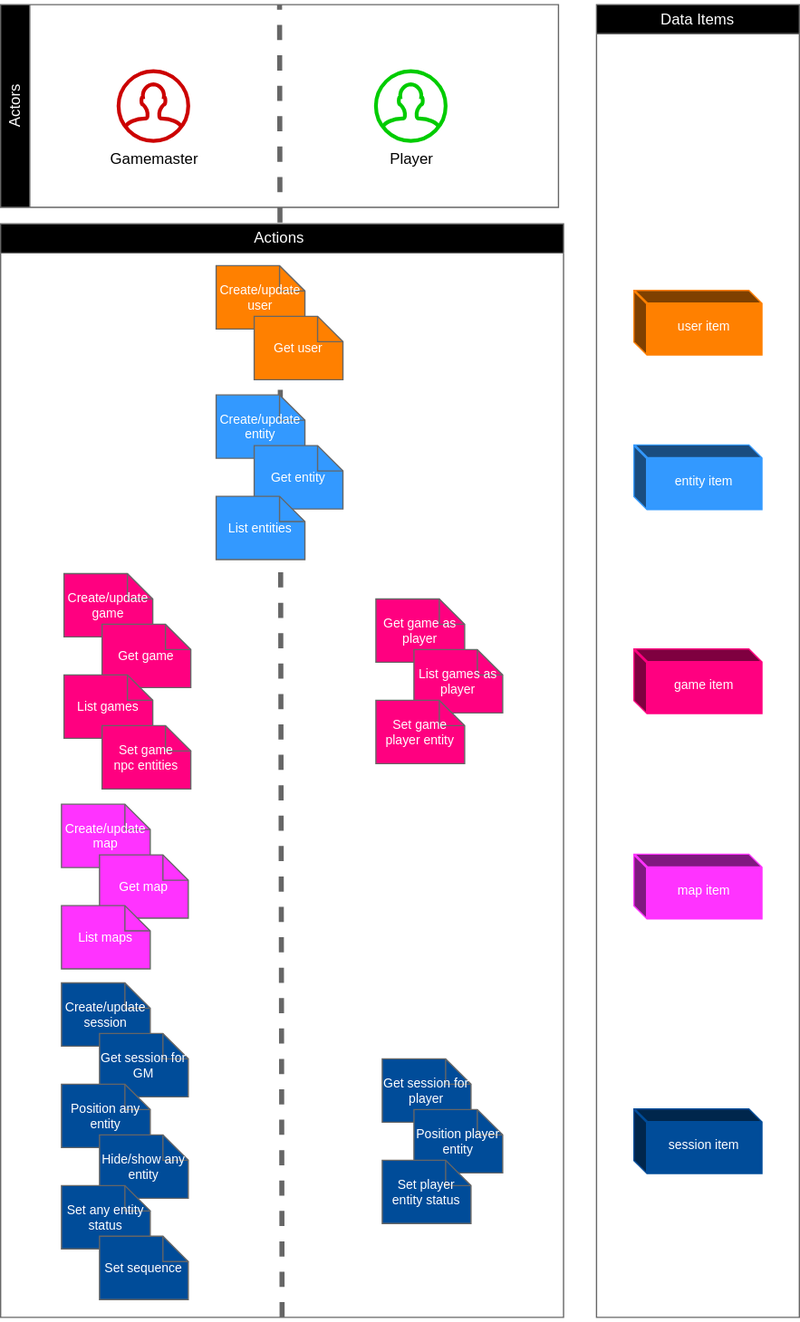
adamfitzpatrick/grid-wolf keeps this draw.io diagram as packages/docs/assets/user-actions.drawio.svg. Above is the earlier version. Source tidied: cells renumbered, new cells last; positions are measured from the earlier drawing's top-left corner, leaving out a move shared by most shapes.
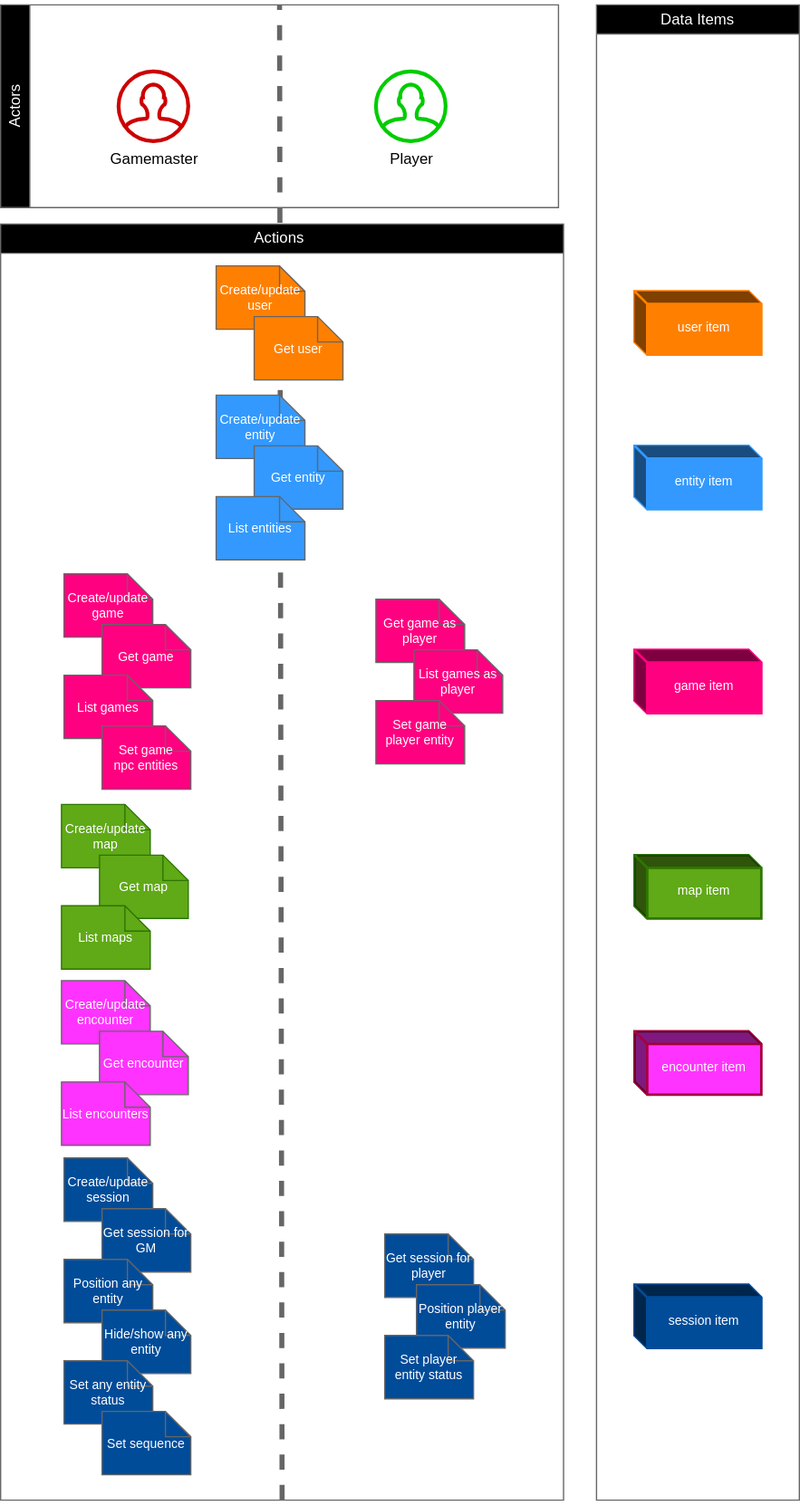
After the change.

The edit, as a diff of the source:
```diff
@@ -6,19 +6,19 @@
       <mxGeometry relative="1" as="geometry" />
     </mxCell>
     <mxCell id="3" style="swimlane;whiteSpace=wrap;html=1;strokeColor=#666666;fontColor=#ffffff;fillColor=#000000;" parent="1" vertex="1">
-      <mxGeometry x="470" y="3" width="160" height="1036" as="geometry" />
+      <mxGeometry x="470" y="3" width="160" height="1180" as="geometry" />
     </mxCell>
     <mxCell id="4" value="user item" style="shape=cube;whiteSpace=wrap;html=1;boundedLbl=1;backgroundOutline=1;darkOpacity=0.5;darkOpacity2=0.5;strokeColor=#FF8000;strokeWidth=2;fillColor=#FF8000;size=10;spacingBottom=5;fillOpacity=100;fontSize=10;fontColor=#fff;" parent="3" vertex="1">
       <mxGeometry x="30" y="226" width="100" height="50" as="geometry" />
     </mxCell>
-    <mxCell id="5" value="map item" style="shape=cube;whiteSpace=wrap;html=1;boundedLbl=1;backgroundOutline=1;darkOpacity=0.5;darkOpacity2=0.5;strokeColor=#FF33FF;strokeWidth=2;fillColor=#FF33FF;size=10;spacingBottom=5;fillOpacity=100;fontSize=10;fontColor=#fff;" parent="3" vertex="1">
+    <mxCell id="5" value="map item" style="shape=cube;whiteSpace=wrap;html=1;boundedLbl=1;backgroundOutline=1;darkOpacity=0.5;darkOpacity2=0.5;strokeColor=#2D7600;strokeWidth=2;fillColor=#60a917;size=10;spacingBottom=5;fillOpacity=100;fontSize=10;fontColor=#ffffff;" parent="3" vertex="1">
       <mxGeometry x="30" y="671" width="100" height="50" as="geometry" />
     </mxCell>
     <mxCell id="6" value="game item" style="shape=cube;whiteSpace=wrap;html=1;boundedLbl=1;backgroundOutline=1;darkOpacity=0.5;darkOpacity2=0.5;strokeColor=#FF0080;strokeWidth=2;fillColor=#FF0080;size=10;spacingBottom=5;fillOpacity=100;fontSize=10;labelBackgroundColor=none;fontColor=#ffffff;" parent="3" vertex="1">
       <mxGeometry x="30" y="509" width="100" height="50" as="geometry" />
     </mxCell>
     <mxCell id="7" value="session item" style="shape=cube;whiteSpace=wrap;html=1;boundedLbl=1;backgroundOutline=1;darkOpacity=0.5;darkOpacity2=0.5;strokeColor=#004C99;strokeWidth=2;fillColor=#004C99;size=10;spacingBottom=5;fillOpacity=100;fontSize=10;fontColor=#fff;" parent="3" vertex="1">
-      <mxGeometry x="30" y="872" width="100" height="50" as="geometry" />
+      <mxGeometry x="30" y="1010" width="100" height="50" as="geometry" />
     </mxCell>
     <mxCell id="8" value="entity item" style="shape=cube;whiteSpace=wrap;html=1;boundedLbl=1;backgroundOutline=1;darkOpacity=0.5;darkOpacity2=0.5;strokeColor=#3399FF;strokeWidth=2;fillColor=#3399FF;size=10;spacingBottom=5;fillOpacity=100;fontSize=10;fontColor=#fff;" parent="3" vertex="1">
       <mxGeometry x="30" y="348" width="100" height="50" as="geometry" />
@@ -26,8 +26,11 @@
     <mxCell id="9" value="Data Items" style="text;html=1;strokeColor=none;fillColor=none;align=center;verticalAlign=middle;whiteSpace=wrap;rounded=0;fontColor=#FFFFFF;" parent="3" vertex="1">
       <mxGeometry x="36" y="-3" width="88" height="30" as="geometry" />
     </mxCell>
+    <mxCell id="49" value="encounter item" style="shape=cube;whiteSpace=wrap;html=1;boundedLbl=1;backgroundOutline=1;darkOpacity=0.5;darkOpacity2=0.5;strokeColor=#A50040;strokeWidth=2;fillColor=#ff33ff;size=10;spacingBottom=5;fillOpacity=100;fontSize=10;fontColor=#ffffff;" parent="3" vertex="1">
+      <mxGeometry x="30" y="810" width="100" height="50" as="geometry" />
+    </mxCell>
     <mxCell id="10" style="swimlane;whiteSpace=wrap;html=1;strokeColor=#666666;fillColor=#000000;" parent="1" vertex="1">
-      <mxGeometry y="176" width="444" height="863" as="geometry" />
+      <mxGeometry y="176" width="444" height="1007" as="geometry" />
     </mxCell>
     <mxCell id="11" style="group;opacity=70;" parent="10" vertex="1">
       <mxGeometry x="170" y="33" width="104" height="90" as="geometry" />
@@ -53,13 +56,13 @@
     <mxCell id="18" style="group;" parent="10" vertex="1">
       <mxGeometry x="48" y="458" width="100" height="130" as="geometry" />
     </mxCell>
-    <mxCell id="19" value="Create/update map" style="shape=note;size=20;whiteSpace=wrap;html=1;fillColor=#FF33FF;strokeColor=#666666;fontColor=#ffffff;fontSize=10;" parent="18" vertex="1">
+    <mxCell id="19" value="Create/update map" style="shape=note;size=20;whiteSpace=wrap;html=1;fillColor=#60a917;strokeColor=#2D7600;fontColor=#ffffff;fontSize=10;" parent="18" vertex="1">
       <mxGeometry width="70" height="50" as="geometry" />
     </mxCell>
-    <mxCell id="20" value="Get map" style="shape=note;size=20;whiteSpace=wrap;html=1;fillColor=#FF33FF;strokeColor=#666666;fontColor=#ffffff;fontSize=10;" parent="18" vertex="1">
+    <mxCell id="20" value="Get map" style="shape=note;size=20;whiteSpace=wrap;html=1;fillColor=#60a917;strokeColor=#2D7600;fontColor=#ffffff;fontSize=10;" parent="18" vertex="1">
       <mxGeometry x="30" y="40" width="70" height="50" as="geometry" />
     </mxCell>
-    <mxCell id="21" value="List maps" style="shape=note;size=20;whiteSpace=wrap;html=1;fillColor=#FF33FF;strokeColor=#666666;fontColor=#ffffff;fontSize=10;" parent="18" vertex="1">
+    <mxCell id="21" value="List maps" style="shape=note;size=20;whiteSpace=wrap;html=1;fillColor=#60a917;strokeColor=#2D7600;fontColor=#ffffff;fontSize=10;" parent="18" vertex="1">
       <mxGeometry y="80" width="70" height="50" as="geometry" />
     </mxCell>
     <mxCell id="22" style="group;" parent="10" vertex="1">
@@ -93,7 +96,7 @@
       <mxGeometry x="30" y="120" width="70" height="50" as="geometry" />
     </mxCell>
     <mxCell id="32" style="group;" parent="10" vertex="1">
-      <mxGeometry x="48" y="599" width="348" height="250" as="geometry" />
+      <mxGeometry x="50" y="737" width="348" height="250" as="geometry" />
     </mxCell>
     <mxCell id="33" style="group;" parent="32" vertex="1">
       <mxGeometry width="100" height="250" as="geometry" />
@@ -131,6 +134,18 @@
     <mxCell id="44" value="Actions" style="text;html=1;strokeColor=none;fillColor=none;align=center;verticalAlign=middle;whiteSpace=wrap;rounded=0;fontColor=#FFFFFF;" parent="10" vertex="1">
       <mxGeometry x="190" y="-4" width="60" height="30" as="geometry" />
     </mxCell>
+    <mxCell id="50" style="group;" parent="10" vertex="1">
+      <mxGeometry x="48" y="597" width="100" height="130" as="geometry" />
+    </mxCell>
+    <mxCell id="51" value="Create/update encounter" style="shape=note;size=20;whiteSpace=wrap;html=1;fillColor=#FF33FF;strokeColor=#666666;fontColor=#ffffff;fontSize=10;" parent="50" vertex="1">
+      <mxGeometry width="70" height="50" as="geometry" />
+    </mxCell>
+    <mxCell id="52" value="Get encounter" style="shape=note;size=20;whiteSpace=wrap;html=1;fillColor=#FF33FF;strokeColor=#666666;fontColor=#ffffff;fontSize=10;" parent="50" vertex="1">
+      <mxGeometry x="30" y="40" width="70" height="50" as="geometry" />
+    </mxCell>
+    <mxCell id="53" value="List encounters" style="shape=note;size=20;whiteSpace=wrap;html=1;fillColor=#FF33FF;strokeColor=#666666;fontColor=#ffffff;fontSize=10;" parent="50" vertex="1">
+      <mxGeometry y="80" width="70" height="50" as="geometry" />
+    </mxCell>
     <mxCell id="45" style="swimlane;horizontal=0;whiteSpace=wrap;html=1;strokeColor=#666666;fillColor=#000000;" parent="1" vertex="1">
       <mxGeometry y="3" width="440" height="160" as="geometry" />
     </mxCell>
```
